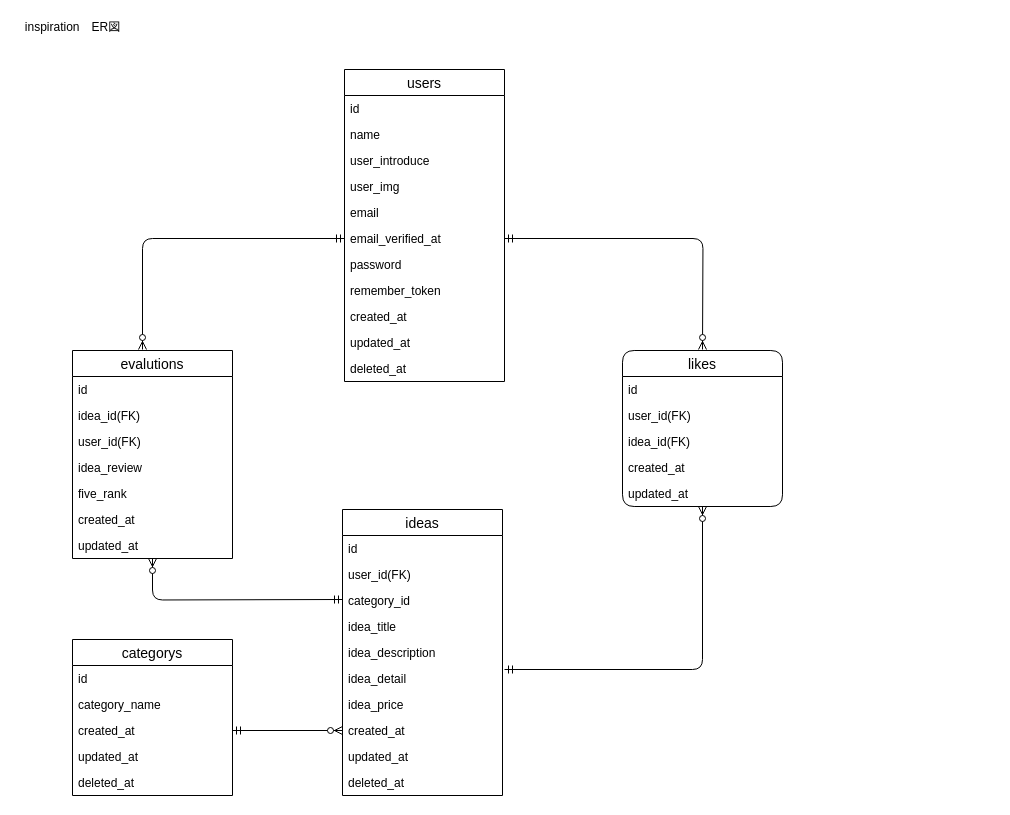
The draw.io diagram inspiration_ER図.drawio in guroguro33/inspiration, before the edit. Source tidied: cells renumbered, new cells numbered last; positions are measured from the earlier drawing's top-left corner, leaving out a move shared by most shapes. Both pictures are drawn from the tidied source at 100%, with x=0, y=0 at pixel (17, 17).
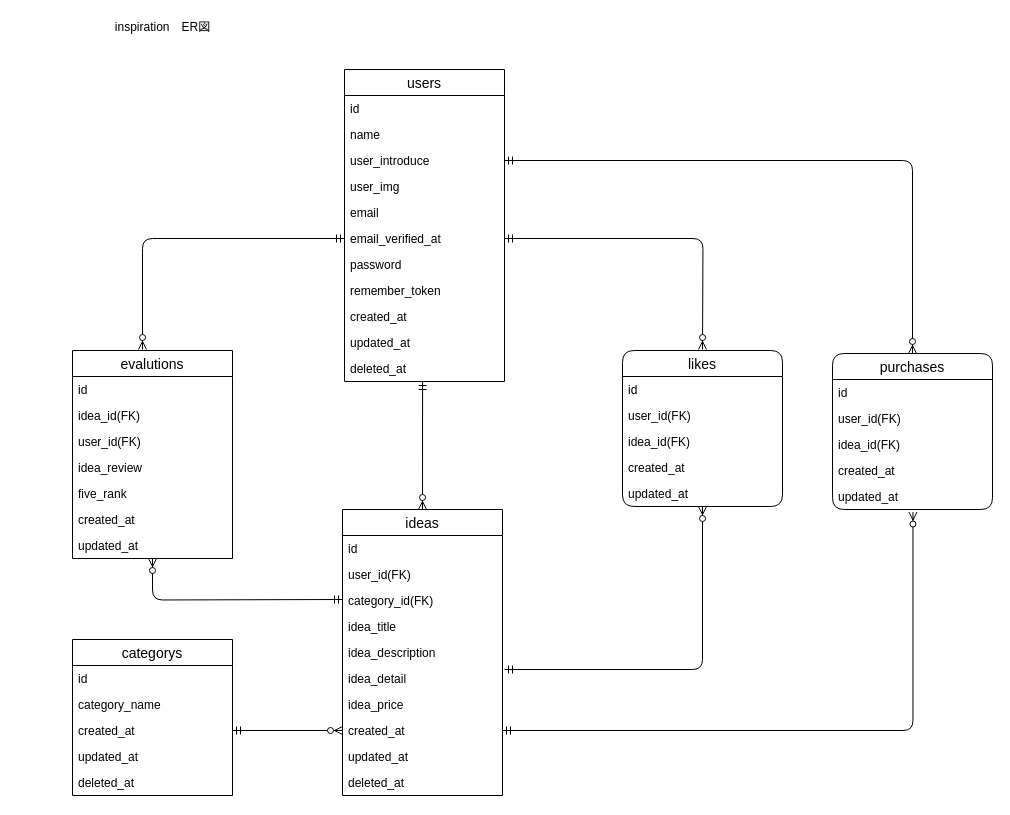
After the change.

Unchanged cells that the change refers to:
```xml
<mxCell id="17" value="user_introduce" style="text;strokeColor=none;fillColor=none;spacingLeft=4;spacingRight=4;overflow=hidden;points=[[0,0.5],[1,0.5]];portConstraint=eastwest;fontSize=12;" parent="14" vertex="1">
  <mxGeometry y="78" width="160" height="26" as="geometry" />
</mxCell>
<mxCell id="25" value="deleted_at" style="text;strokeColor=none;fillColor=none;spacingLeft=4;spacingRight=4;overflow=hidden;points=[[0,0.5],[1,0.5]];portConstraint=eastwest;fontSize=12;" parent="14" vertex="1">
  <mxGeometry y="286" width="160" height="26" as="geometry" />
</mxCell>
<mxCell id="26" value="ideas" style="swimlane;fontStyle=0;horizontal=1;startSize=26;align=center;fontSize=14;" parent="1" vertex="1">
  <mxGeometry x="325" y="492" width="160" height="286" as="geometry" />
</mxCell>
<mxCell id="34" value="created_at" style="text;strokeColor=none;fillColor=none;spacingLeft=4;spacingRight=4;overflow=hidden;points=[[0,0.5],[1,0.5]];portConstraint=eastwest;fontSize=12;" parent="26" vertex="1">
  <mxGeometry y="208" width="160" height="26" as="geometry" />
</mxCell>
```

The edit, as a diff of the source:
```diff
@@
     <mxCell id="2" value="inspiration　ER図" style="text;html=1;align=center;verticalAlign=middle;" parent="1" vertex="1">
-      <mxGeometry width="110" height="20" as="geometry" />
+      <mxGeometry x="90" width="110" height="20" as="geometry" />
     </mxCell>
@@
+    <mxCell id="51" style="fontSize=12;html=1;endArrow=ERzeroToMany;startArrow=ERmandOne;exitX=0.488;exitY=1;exitDx=0;exitDy=0;exitPerimeter=0;entryX=0.5;entryY=0;entryDx=0;entryDy=0;" parent="1" edge="1" source="25" target="26">
+      <mxGeometry relative="1" as="geometry" />
+    </mxCell>
@@
-    <mxCell id="29" value="category_id" style="text;strokeColor=none;fillColor=none;spacingLeft=4;spacingRight=4;overflow=hidden;fontSize=12;" parent="26" vertex="1">
+    <mxCell id="29" value="category_id(FK)" style="text;strokeColor=none;fillColor=none;spacingLeft=4;spacingRight=4;overflow=hidden;fontSize=12;" parent="26" vertex="1">
       <mxGeometry y="78" width="160" height="26" as="geometry" />
     </mxCell>
@@
+    <mxCell id="52" value="purchases" style="swimlane;fontStyle=0;horizontal=1;startSize=26;align=center;fontSize=14;rounded=1;" parent="1" vertex="1">
+      <mxGeometry x="815" y="336" width="160" height="156" as="geometry" />
+    </mxCell>
+    <mxCell id="53" value="id" style="text;strokeColor=none;fillColor=none;spacingLeft=4;spacingRight=4;overflow=hidden;fontSize=12;" parent="52" vertex="1">
+      <mxGeometry y="26" width="160" height="26" as="geometry" />
+    </mxCell>
+    <mxCell id="54" value="user_id(FK)" style="text;strokeColor=none;fillColor=none;spacingLeft=4;spacingRight=4;overflow=hidden;fontSize=12;" parent="52" vertex="1">
+      <mxGeometry y="52" width="160" height="26" as="geometry" />
+    </mxCell>
+    <mxCell id="55" value="idea_id(FK)" style="text;strokeColor=none;fillColor=none;spacingLeft=4;spacingRight=4;overflow=hidden;fontSize=12;" parent="52" vertex="1">
+      <mxGeometry y="78" width="160" height="26" as="geometry" />
+    </mxCell>
+    <mxCell id="56" value="created_at" style="text;strokeColor=none;fillColor=none;spacingLeft=4;spacingRight=4;overflow=hidden;fontSize=12;" parent="52" vertex="1">
+      <mxGeometry y="104" width="160" height="26" as="geometry" />
+    </mxCell>
+    <mxCell id="57" value="updated_at" style="text;strokeColor=none;fillColor=none;spacingLeft=4;spacingRight=4;overflow=hidden;points=[[0,0.5],[1,0.5]];portConstraint=eastwest;fontSize=12;" parent="52" vertex="1">
+      <mxGeometry y="130" width="160" height="26" as="geometry" />
+    </mxCell>
+    <mxCell id="58" style="edgeStyle=orthogonalEdgeStyle;fontSize=12;html=1;endArrow=ERzeroToMany;startArrow=ERmandOne;exitX=1;exitY=0.5;exitDx=0;exitDy=0;entryX=0.5;entryY=0;entryDx=0;entryDy=0;" parent="1" edge="1" source="17" target="52">
+      <mxGeometry relative="1" as="geometry" />
+    </mxCell>
+    <mxCell id="59" style="edgeStyle=elbowEdgeStyle;fontSize=12;html=1;endArrow=ERzeroToMany;startArrow=ERmandOne;exitX=1;exitY=0.5;exitDx=0;exitDy=0;entryX=0.503;entryY=1.099;entryDx=0;entryDy=0;entryPerimeter=0;elbow=vertical;" parent="1" edge="1" source="34" target="57">
+      <mxGeometry relative="1" as="geometry">
+        <Array as="points">
+          <mxPoint x="695" y="713" />
+        </Array>
+      </mxGeometry>
+    </mxCell>
```
